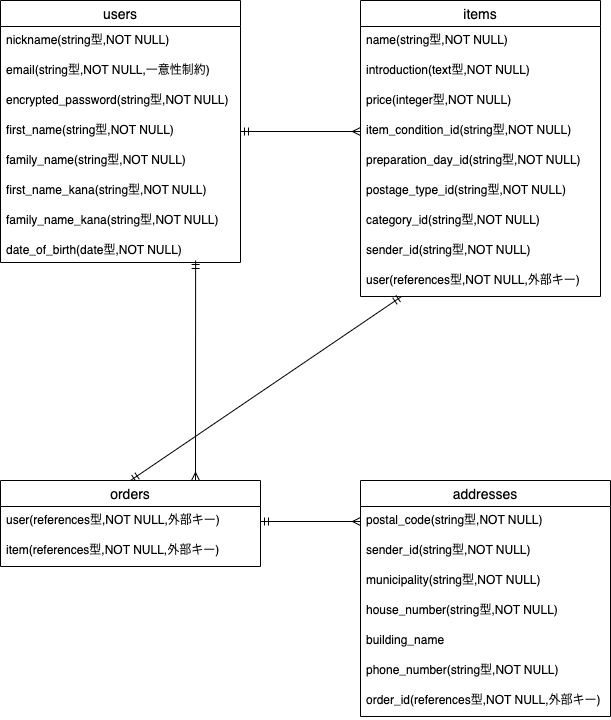
Earlier version of the draw.io export test.png (1984tatsuya0610/furima-38480). Source tidied: cells renumbered, new cells last; positions are measured from the earlier drawing's top-left corner, leaving out a move shared by most shapes.
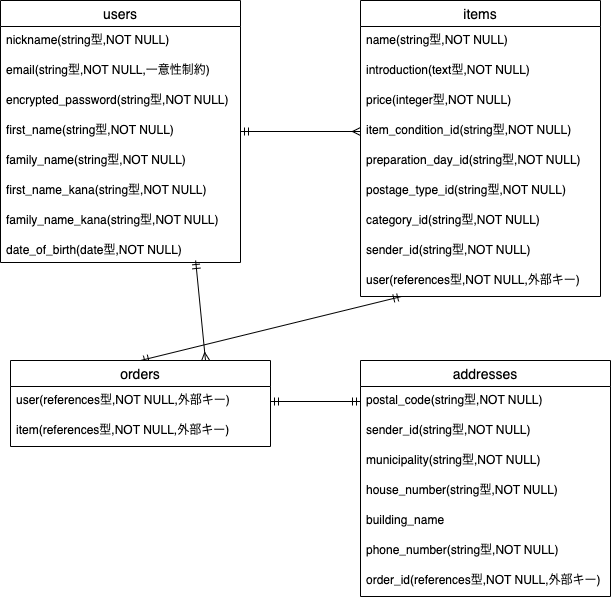
Later version of the same file.

What changed in the source:
```diff
@@ -66,7 +66,7 @@
       <mxGeometry relative="1" as="geometry" />
     </mxCell>
     <mxCell id="23" value="orders" style="swimlane;fontStyle=0;horizontal=1;startSize=26;align=center;fontSize=14;" parent="1" vertex="1">
-      <mxGeometry y="480" width="260" height="86" as="geometry" />
+      <mxGeometry x="10" y="360" width="260" height="86" as="geometry" />
     </mxCell>
     <mxCell id="24" value="user(references型,NOT NULL,外部キー)" style="text;strokeColor=none;fillColor=none;spacingLeft=4;spacingRight=4;overflow=hidden;points=[[0,0.5],[1,0.5]];portConstraint=eastwest;fontSize=12;" parent="23" vertex="1">
       <mxGeometry y="26" width="260" height="30" as="geometry" />
@@ -75,7 +75,7 @@
       <mxGeometry y="56" width="260" height="30" as="geometry" />
     </mxCell>
     <mxCell id="26" value="addresses" style="swimlane;fontStyle=0;horizontal=1;startSize=26;align=center;fontSize=14;" parent="1" vertex="1">
-      <mxGeometry x="360" y="480" width="250" height="236" as="geometry" />
+      <mxGeometry x="360" y="360" width="250" height="236" as="geometry" />
     </mxCell>
     <mxCell id="27" value="postal_code(string型,NOT NULL)" style="text;strokeColor=none;fillColor=none;spacingLeft=4;spacingRight=4;overflow=hidden;points=[[0,0.5],[1,0.5]];portConstraint=eastwest;fontSize=12;" parent="26" vertex="1">
       <mxGeometry y="26" width="250" height="30" as="geometry" />
@@ -101,7 +101,7 @@
     <mxCell id="34" style="edgeStyle=none;html=1;exitX=1;exitY=0.5;exitDx=0;exitDy=0;entryX=0;entryY=0.5;entryDx=0;entryDy=0;endArrow=ERmany;endFill=0;startArrow=ERmandOne;startFill=0;jumpSize=10;" parent="1" edge="1" source="6" target="15">
       <mxGeometry relative="1" as="geometry" />
     </mxCell>
-    <mxCell id="35" style="edgeStyle=none;jumpSize=10;html=1;exitX=1;exitY=0.5;exitDx=0;exitDy=0;entryX=0;entryY=0.5;entryDx=0;entryDy=0;startArrow=ERmandOne;startFill=0;endArrow=ERmany;endFill=0;" parent="1" edge="1" source="24" target="27">
+    <mxCell id="35" style="edgeStyle=none;jumpSize=10;html=1;exitX=1;exitY=0.5;exitDx=0;exitDy=0;entryX=0;entryY=0.5;entryDx=0;entryDy=0;startArrow=ERmandOne;startFill=0;endArrow=ERmandOne;endFill=0;" parent="1" edge="1" source="24" target="27">
       <mxGeometry relative="1" as="geometry" />
     </mxCell>
   </root>
```
